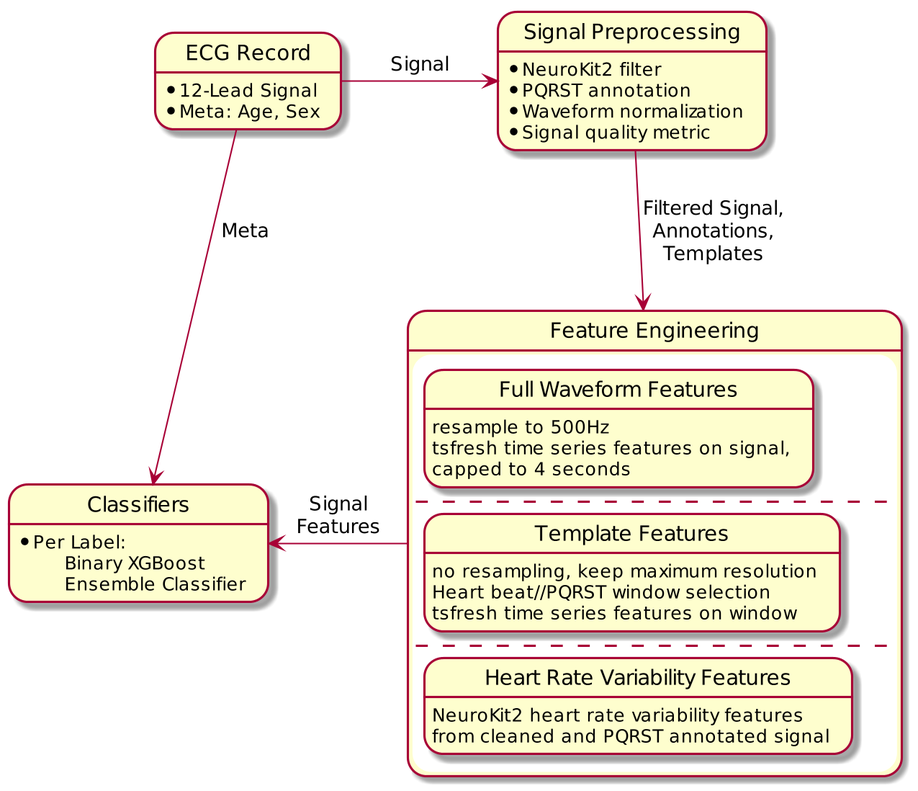
The PlantUML diagram fig/methodology.png in awwong1/cinc-2020-paper, before a commit.
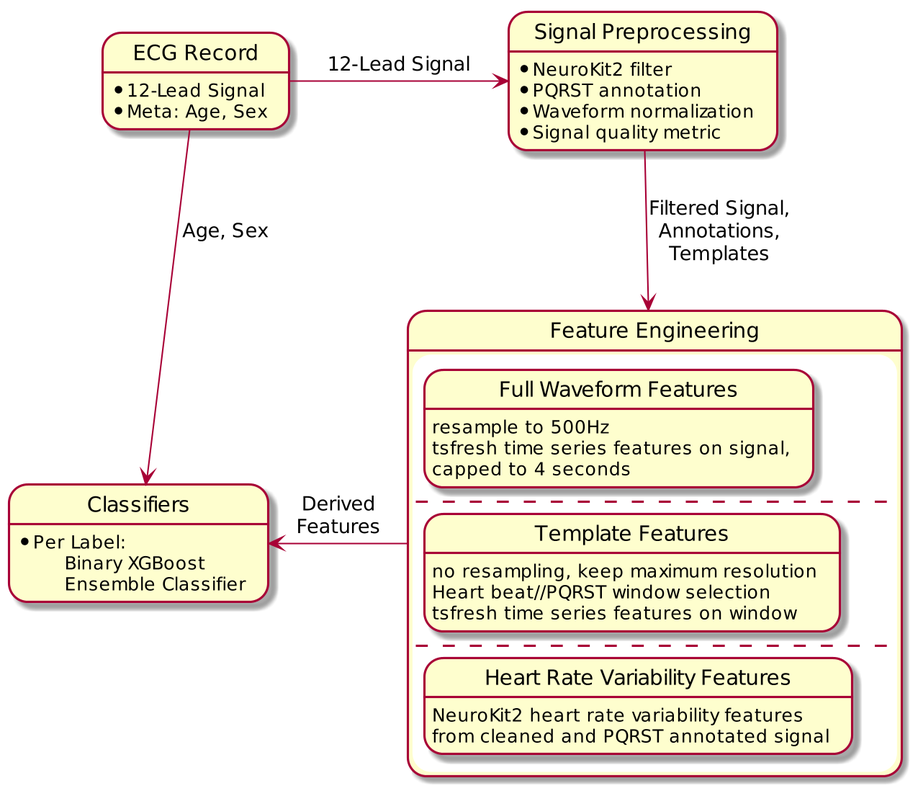
The same diagram one commit later.

Diff of the diagram source:
```diff
@@ -11,8 +11,8 @@
 
 state "ECG Record" as record
 record: * 12-Lead Signal\n* Meta: Age, Sex
-record -right-> sigproc : Signal
-record --> classifier : Meta
+record -right-> sigproc : 12-Lead Signal
+record --> classifier : Age, Sex
 
 state "Feature Engineering" as feat_eng {
   state "Full Waveform Features" as wave_feat
@@ -24,5 +24,5 @@
   state "Heart Rate Variability Features" as rri_feat
   rri_feat : NeuroKit2 heart rate variability features\nfrom cleaned and PQRST annotated signal
 }
-feat_eng -left-> classifier : Signal\nFeatures
+feat_eng -left-> classifier : Derived\nFeatures
 @enduml
```
